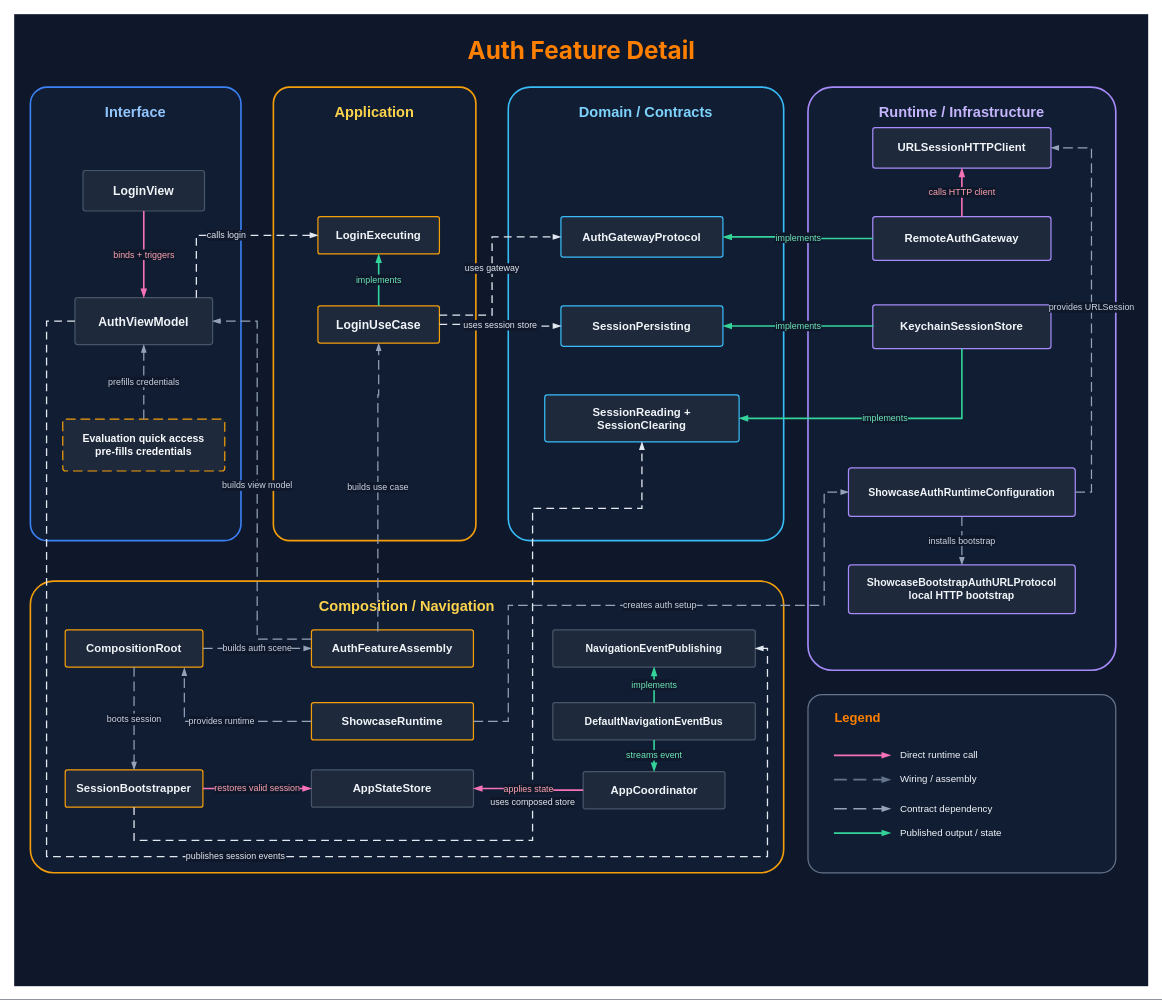
Above: docs/architecture/Auth Feature Detail.drawio in SwiftEnProfundidad/ios-architecture-showcase (draw.io), before the change. Source tidied: cells renumbered, new cells numbered last; positions are measured from the earlier drawing's top-left corner, leaving out a move shared by most shapes. Both pictures are drawn from the tidied source at 81%, with x=0, y=0 at pixel (14, 14).
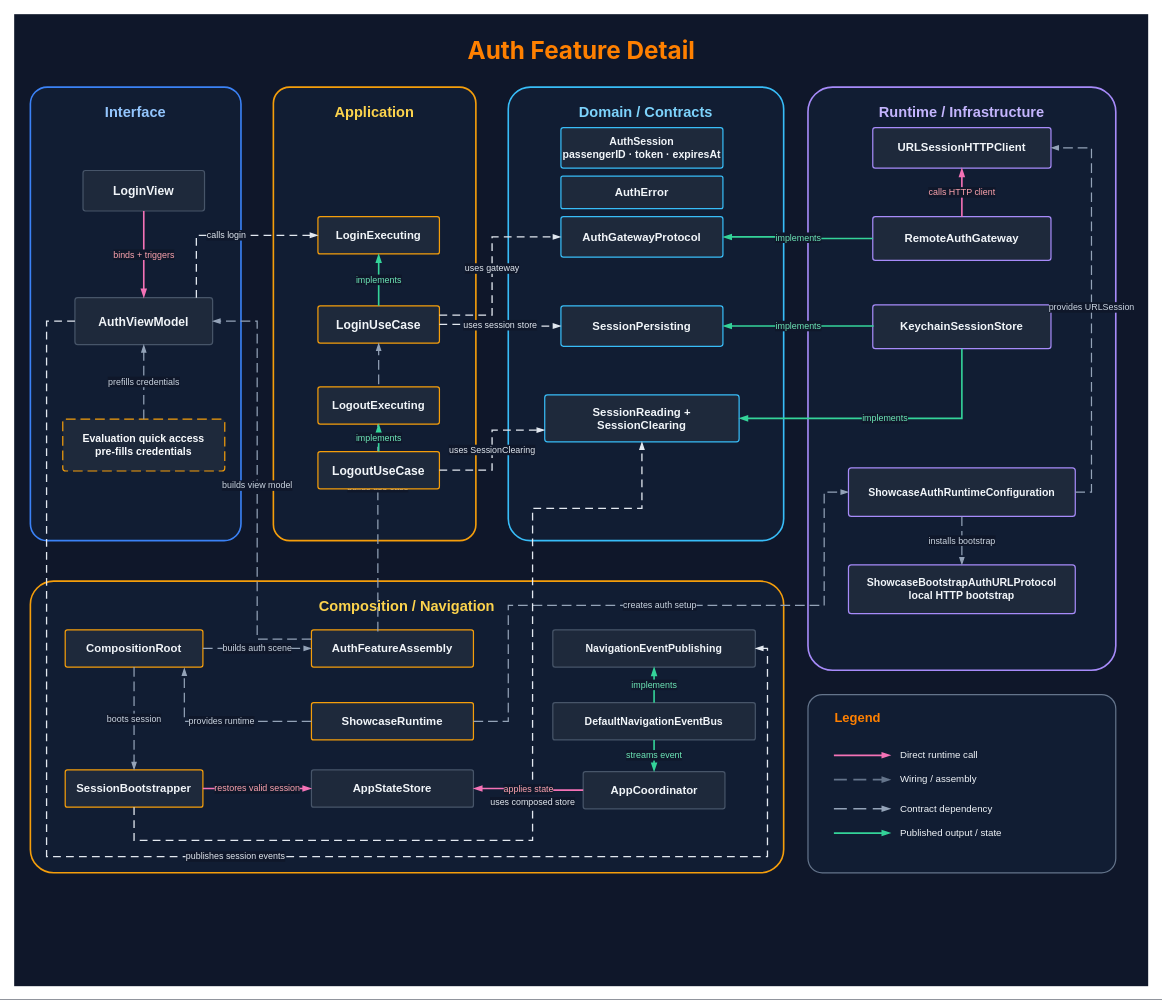
After the change.

Unchanged cells that the change refers to:
```xml
<mxCell id="16" value="SessionReading +&#10;SessionClearing" style="rounded=1;arcSize=6;whiteSpace=wrap;html=1;fillColor=#1E293B;strokeColor=#38BDF8;strokeWidth=1.5;fontColor=#F1F5F9;fontSize=14;fontStyle=1;align=center;" parent="1" vertex="1">
  <mxGeometry x="655" y="470" width="240" height="58" as="geometry" />
</mxCell>
```

What changed in the source:
```diff
@@
+    <mxCell id="64" value="AuthSession&#10;passengerID · token · expiresAt" style="rounded=1;arcSize=6;whiteSpace=wrap;html=1;fillColor=#1E293B;strokeColor=#38BDF8;strokeWidth=1.5;fontColor=#F1F5F9;fontSize=13;fontStyle=1;align=center;" parent="1" vertex="1">
+      <mxGeometry x="675" y="140" width="200" height="50" as="geometry" />
+    </mxCell>
+    <mxCell id="65" value="AuthError" style="rounded=1;arcSize=6;whiteSpace=wrap;html=1;fillColor=#1E293B;strokeColor=#38BDF8;strokeWidth=1.5;fontColor=#F1F5F9;fontSize=14;fontStyle=1;align=center;" parent="1" vertex="1">
+      <mxGeometry x="675" y="200" width="200" height="40" as="geometry" />
+    </mxCell>
+    <mxCell id="66" value="LogoutExecuting" style="rounded=1;arcSize=6;whiteSpace=wrap;html=1;fillColor=#1E293B;strokeColor=#F59E0B;strokeWidth=1.5;fontColor=#F1F5F9;fontSize=14;fontStyle=1;align=center;" parent="1" vertex="1">
+      <mxGeometry x="375" y="460" width="150" height="46" as="geometry" />
+    </mxCell>
+    <mxCell id="67" value="LogoutUseCase" style="rounded=1;arcSize=6;whiteSpace=wrap;html=1;fillColor=#1E293B;strokeColor=#F59E0B;strokeWidth=1.5;fontColor=#F1F5F9;fontSize=15;fontStyle=1;align=center;" parent="1" vertex="1">
+      <mxGeometry x="375" y="540" width="150" height="46" as="geometry" />
+    </mxCell>
+    <mxCell id="68" value="implements" style="edgeStyle=orthogonalEdgeStyle;rounded=0;jettySize=auto;html=1;strokeColor=#34D399;strokeWidth=2;endArrow=blockThin;endFill=1;fontColor=#6EE7B7;fontSize=11;labelBackgroundColor=#0F172A;" parent="1" edge="1" source="67" target="66">
+      <mxGeometry relative="1" as="geometry" />
+    </mxCell>
+    <mxCell id="69" value="uses SessionClearing" style="edgeStyle=orthogonalEdgeStyle;rounded=0;jettySize=auto;html=1;strokeColor=#E2E8F0;strokeWidth=1.6;dashed=1;dashPattern=6 4;endArrow=blockThin;endFill=1;fontColor=#E2E8F0;fontSize=11;labelBackgroundColor=#0F172A;exitX=1;exitY=0.5;exitDx=0;exitDy=0;entryX=0;entryY=0.75;entryDx=0;entryDy=0;" parent="1" edge="1" source="67" target="16">
+      <mxGeometry relative="1" as="geometry" />
+    </mxCell>
```
